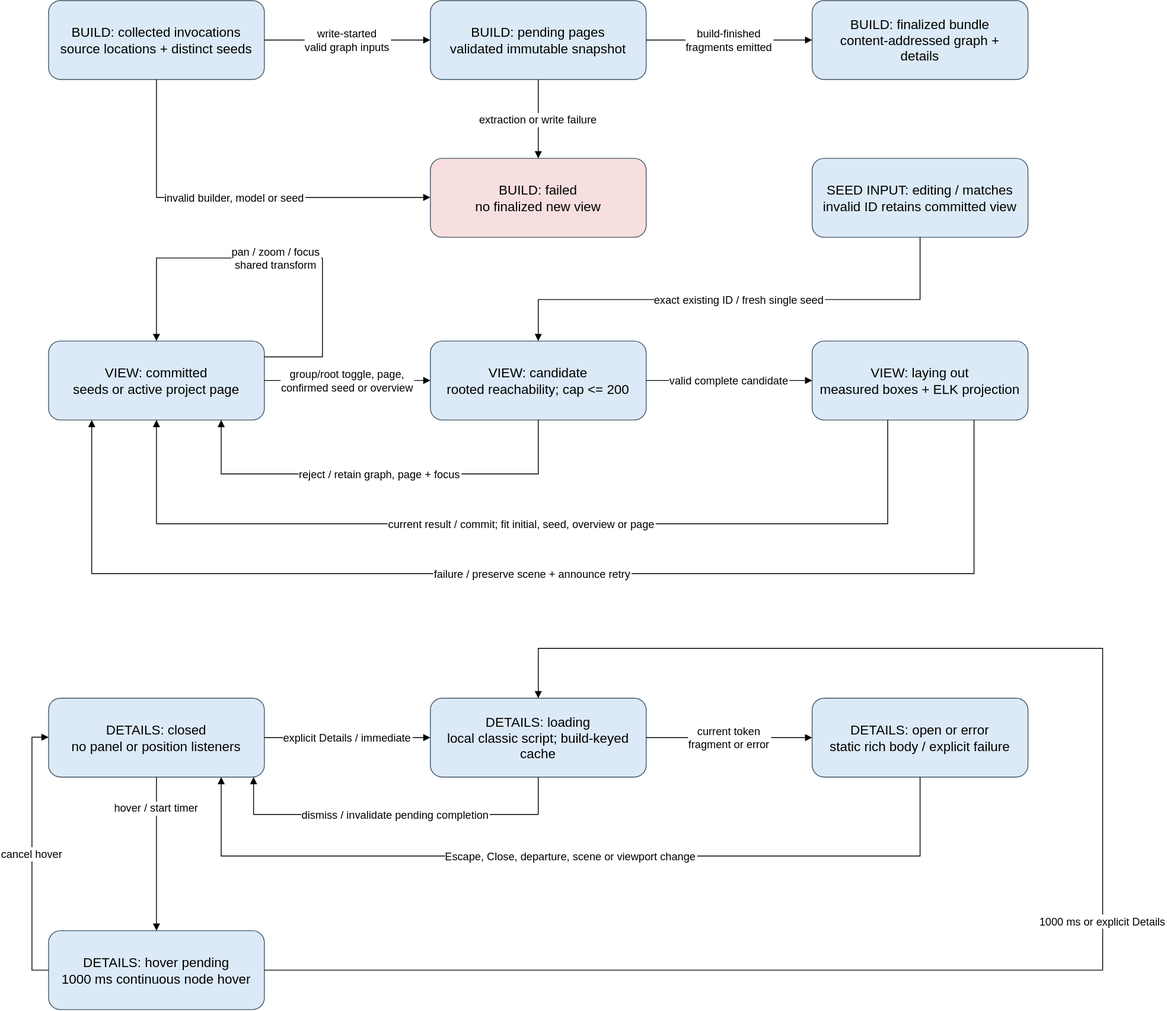
The draw.io diagram docs/architecture/diagrams/state-machine.svg in sysblacksmith/STV_sphinx-traceability-view, before a commit. Source tidied: cells renumbered, new cells last; positions are measured from the earlier drawing's top-left corner, leaving out a move shared by most shapes.
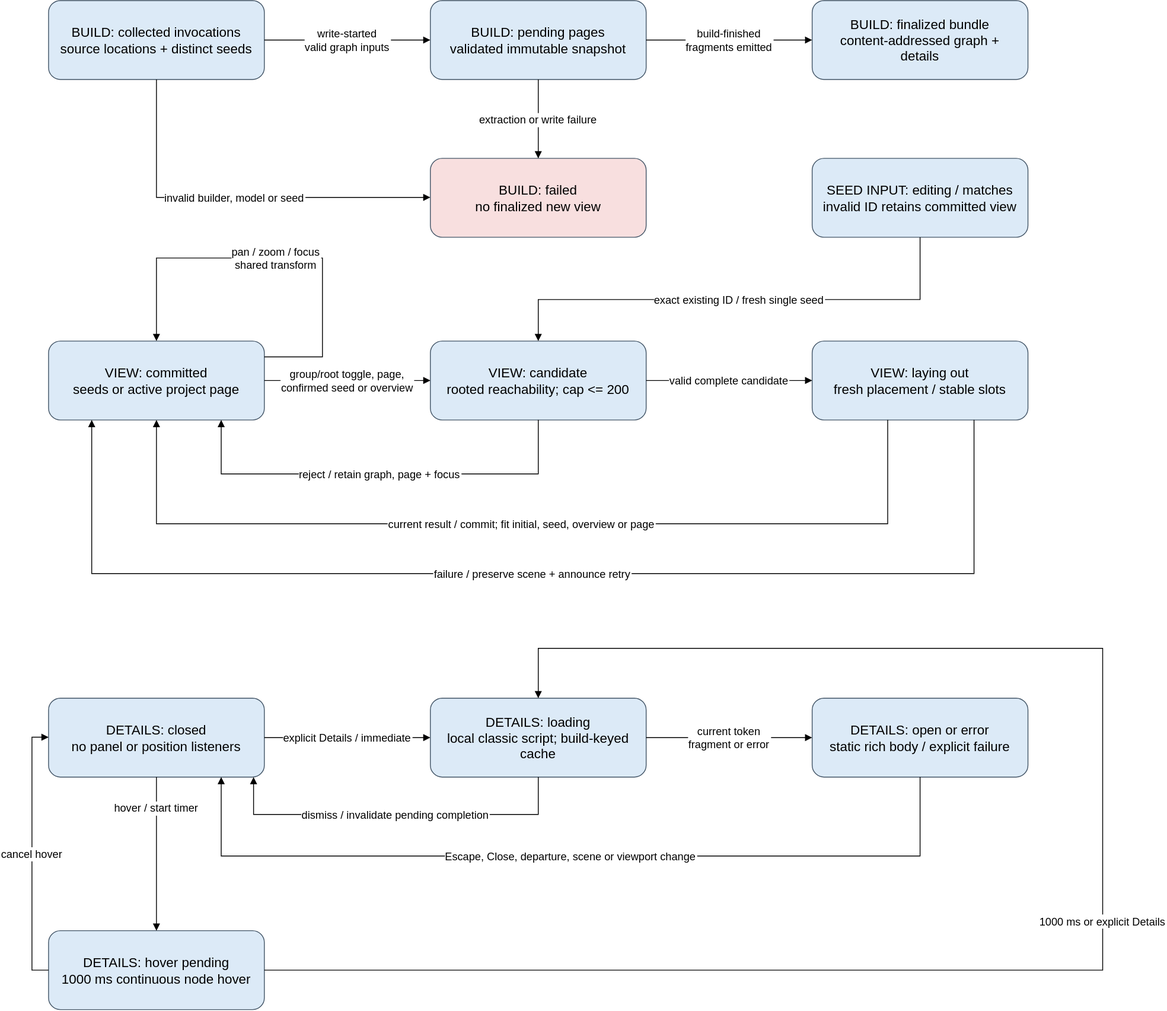
The same diagram one commit later.

The edit, as a diff of the source:
```diff
@@ -36,7 +36,7 @@
     <mxCell id="11" value="VIEW: candidate&#10;rooted reachability; cap &lt;= 200" style="rounded=1;whiteSpace=wrap;html=0;fillColor=#dceaf7;strokeColor=#425466;fontSize=16;spacing=10;" parent="1" vertex="1">
       <mxGeometry x="480" y="410" width="260" height="95" as="geometry" />
     </mxCell>
-    <mxCell id="12" value="VIEW: laying out&#10;measured boxes + ELK projection" style="rounded=1;whiteSpace=wrap;html=0;fillColor=#dceaf7;strokeColor=#425466;fontSize=16;spacing=10;" parent="1" vertex="1">
+    <mxCell id="12" value="VIEW: laying out&#10;fresh placement / stable slots" style="rounded=1;whiteSpace=wrap;html=0;fillColor=#dceaf7;strokeColor=#425466;fontSize=16;spacing=10;" parent="1" vertex="1">
       <mxGeometry x="940" y="410" width="260" height="95" as="geometry" />
     </mxCell>
     <mxCell id="13" value="group/root toggle, page,&#10;confirmed seed or overview" style="edgeStyle=orthogonalEdgeStyle;rounded=0;html=0;endArrow=block;fontSize=13;labelBackgroundColor=#ffffff;" parent="1" edge="1" source="10" target="11">
```
